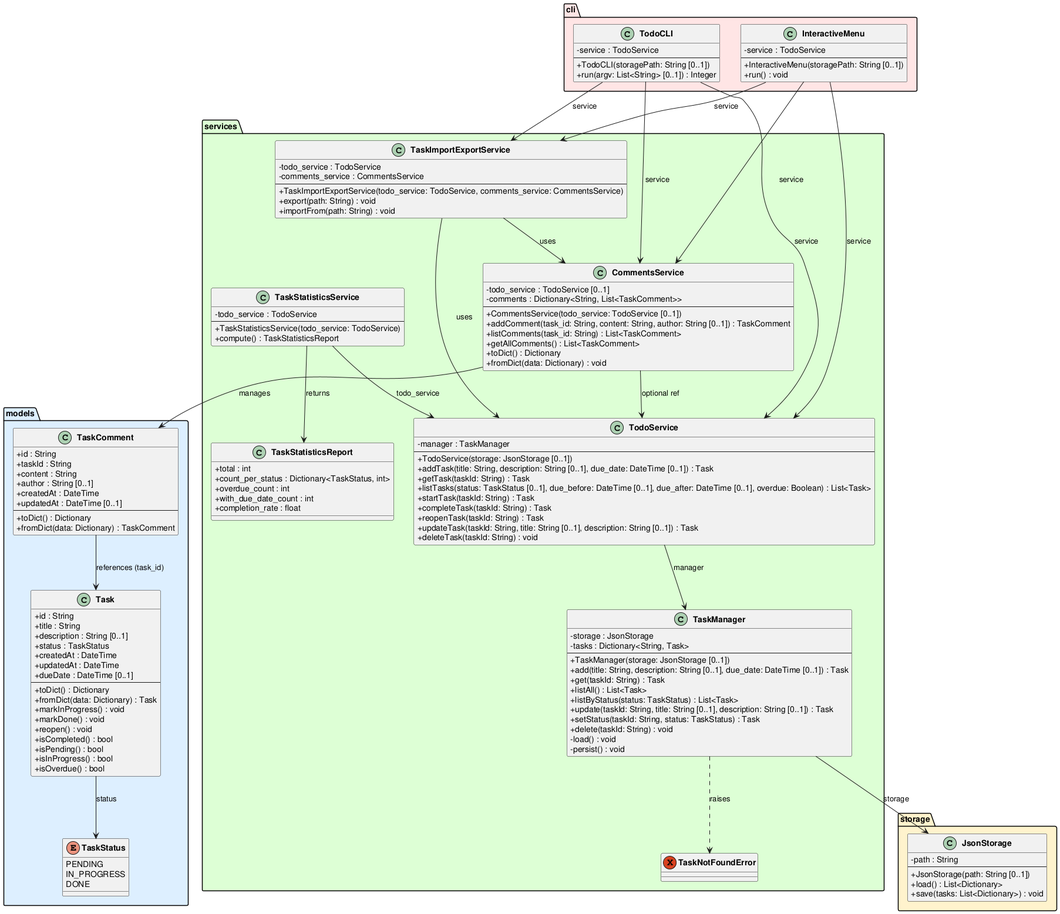
DanielRiha8906/Software_autoevolution_using_agents keeps this PlantUML diagram as experiments/broadcast/test_driven/TODO/artifacts/class_diagram.png. Above is the earlier version.
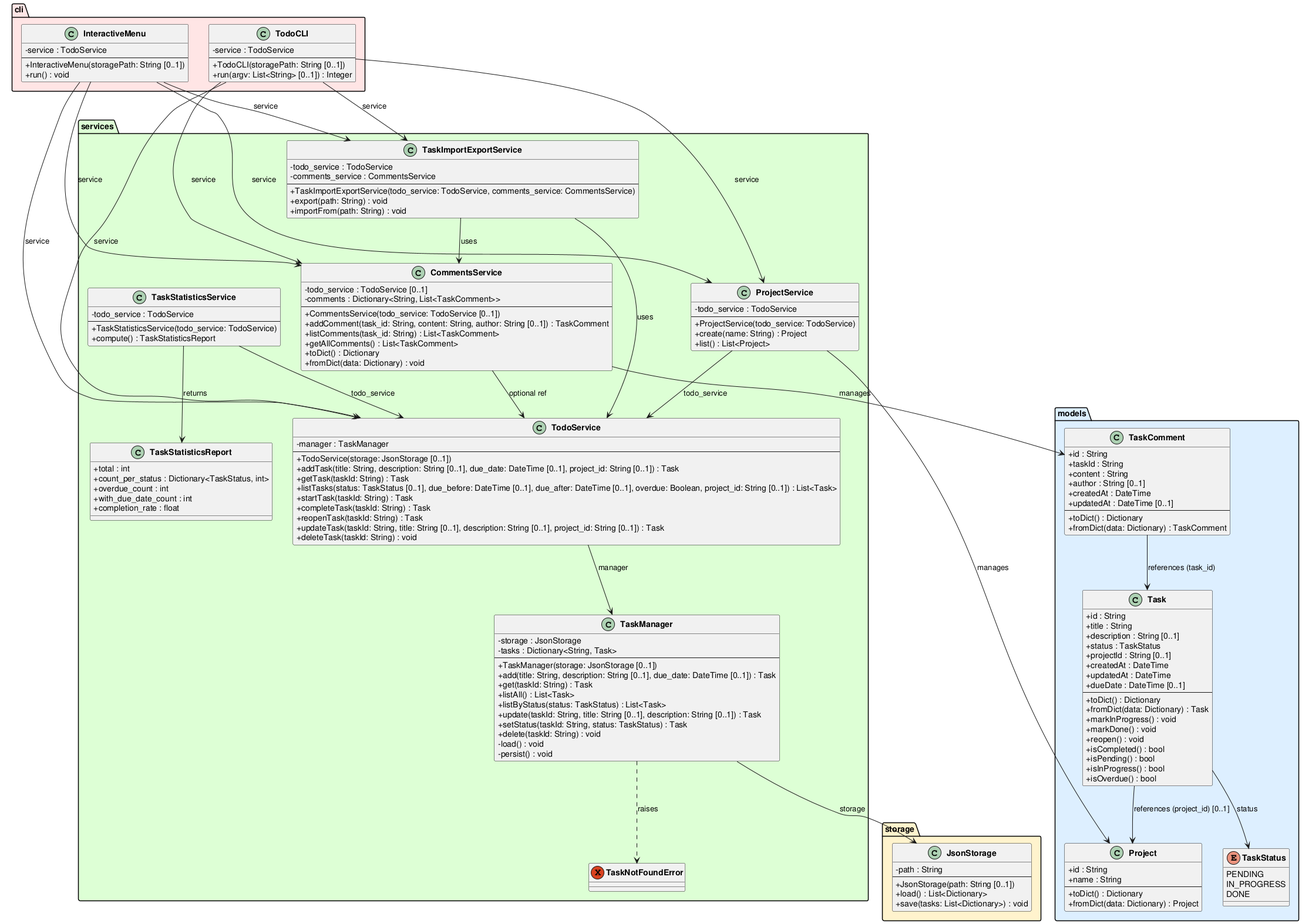
The same diagram one commit later.

Change to the diagram source:
```diff
@@ -10,11 +10,20 @@
         DONE
     }
 
+    class Project {
+        +id : String
+        +name : String
+        --
+        +toDict() : Dictionary
+        +fromDict(data: Dictionary) : Project
+    }
+
     class Task {
         +id : String
         +title : String
         +description : String [0..1]
         +status : TaskStatus
+        +projectId : String [0..1]
         +createdAt : DateTime
         +updatedAt : DateTime
         +dueDate : DateTime [0..1]
@@ -76,14 +85,22 @@
         -manager : TaskManager
         --
         +TodoService(storage: JsonStorage [0..1])
-        +addTask(title: String, description: String [0..1], due_date: DateTime [0..1]) : Task
+        +addTask(title: String, description: String [0..1], due_date: DateTime [0..1], project_id: String [0..1]) : Task
         +getTask(taskId: String) : Task
-        +listTasks(status: TaskStatus [0..1], due_before: DateTime [0..1], due_after: DateTime [0..1], overdue: Boolean) : List<Task>
+        +listTasks(status: TaskStatus [0..1], due_before: DateTime [0..1], due_after: DateTime [0..1], overdue: Boolean, project_id: String [0..1]) : List<Task>
         +startTask(taskId: String) : Task
         +completeTask(taskId: String) : Task
         +reopenTask(taskId: String) : Task
-        +updateTask(taskId: String, title: String [0..1], description: String [0..1]) : Task
+        +updateTask(taskId: String, title: String [0..1], description: String [0..1], project_id: String [0..1]) : Task
         +deleteTask(taskId: String) : void
+    }
+
+    class ProjectService {
+        -todo_service : TodoService
+        --
+        +ProjectService(todo_service: TodoService)
+        +create(name: String) : Project
+        +list() : List<Project>
     }
 
     class CommentsService {
@@ -140,10 +157,13 @@
 }
 
 Task --> TaskStatus : status
+Task --> Project : references (project_id) [0..1]
 TaskComment --> Task : references (task_id)
 TaskManager --> JsonStorage : storage
 TaskManager ..> TaskNotFoundError : raises
 TodoService --> TaskManager : manager
+ProjectService --> TodoService : todo_service
+ProjectService --> Project : manages
 CommentsService --> TaskComment : manages
 CommentsService --> TodoService : optional ref
 TaskImportExportService --> TodoService : uses
@@ -152,9 +172,11 @@
 TaskStatisticsService --> TaskStatisticsReport : returns
 TodoCLI --> TodoService : service
 TodoCLI --> CommentsService : service
+TodoCLI --> ProjectService : service
 TodoCLI --> TaskImportExportService : service
 InteractiveMenu --> TodoService : service
 InteractiveMenu --> CommentsService : service
+InteractiveMenu --> ProjectService : service
 InteractiveMenu --> TaskImportExportService : service
 
 @enduml
```
